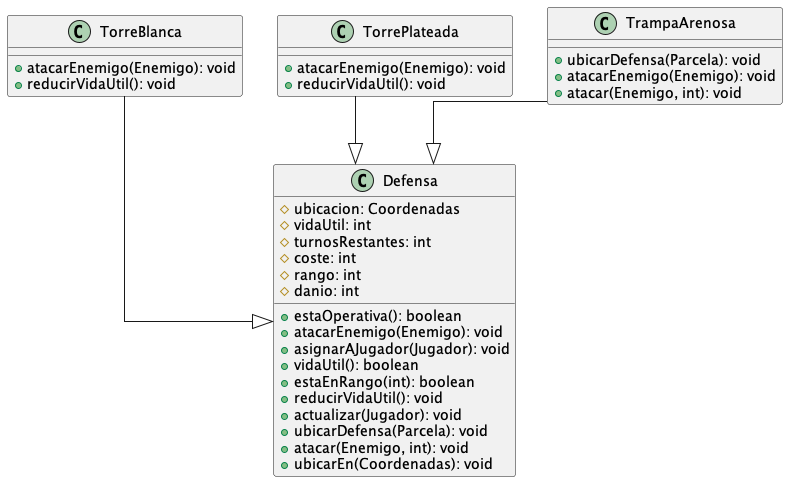
franzimbi/algo3_tp2 keeps this PlantUML diagram as diagrams/classes/defensa.png. Above is the earlier version.
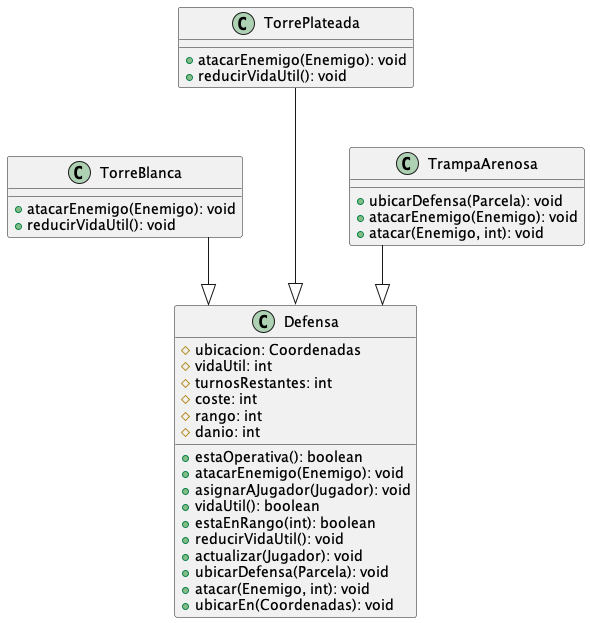
After the commit.

The edit, as a diff of the source:
```diff
@@ -36,6 +36,6 @@
 }
 
 TorreBlanca    --|>  Defensa
-TorrePlateada  --|>  Defensa
+TorrePlateada  ---|>  Defensa
 TrampaArenosa  --|>  Defensa
 @enduml
```
